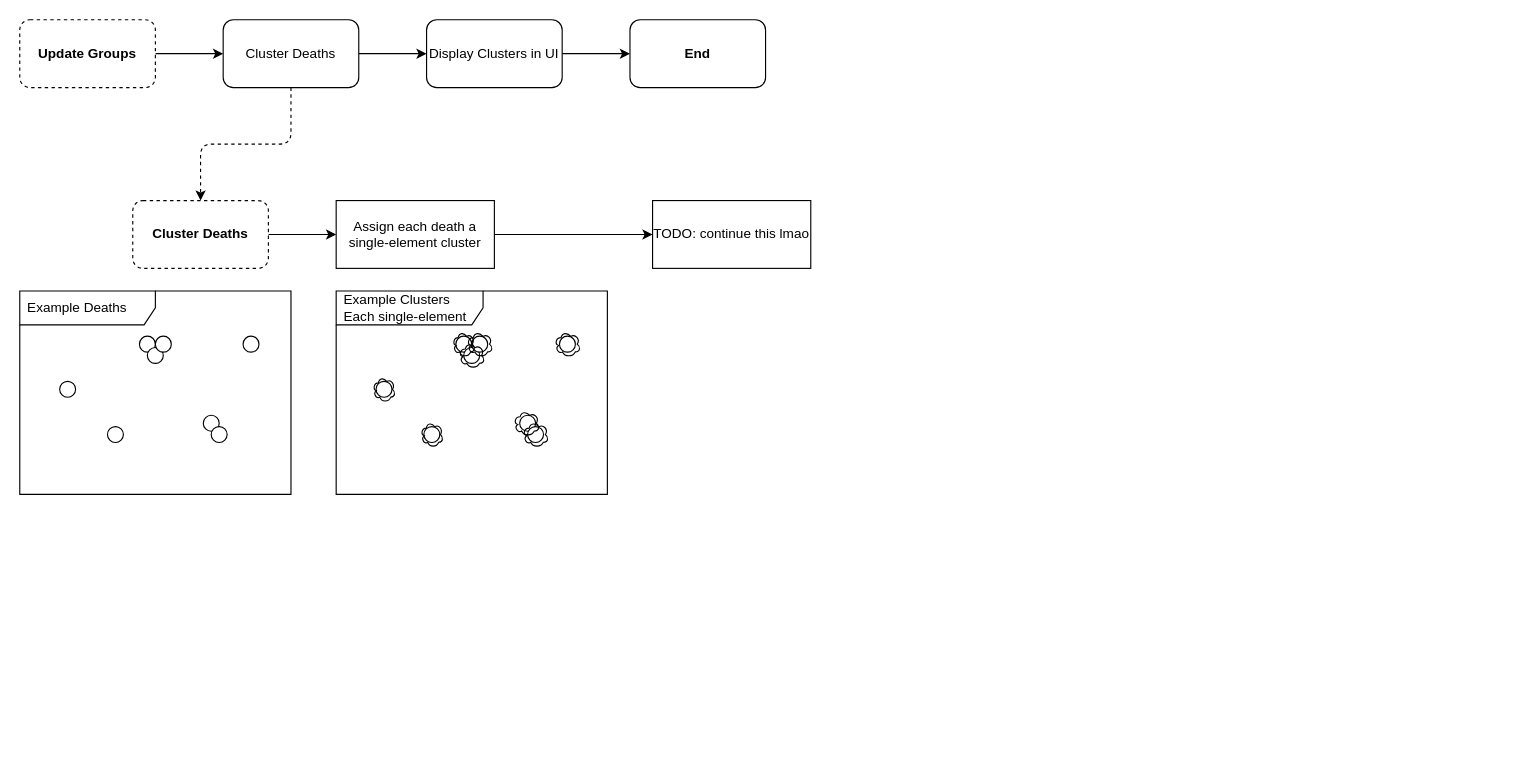
Before: page "Editor Groups" (4 of 4) of docs/doc.dio in MaSp005/deathmarkers, a draw.io diagram. Source tidied: cells renumbered, new cells numbered last; positions are measured from the earlier drawing's top-left corner, leaving out a move shared by most shapes. Both pictures are drawn from the tidied source at 113%, with x=0, y=0 at pixel (19, 19).
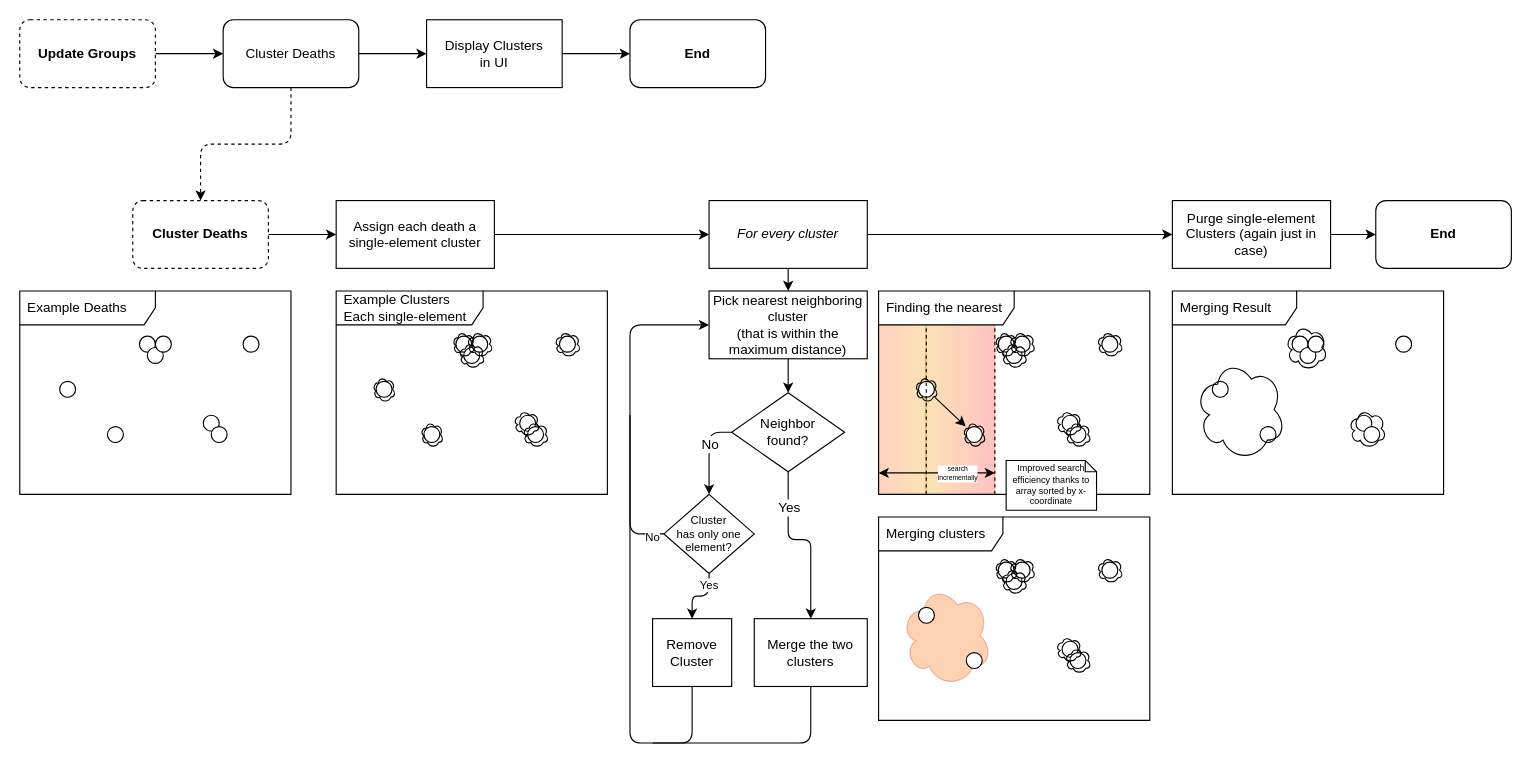
The same page after the edit.

Diff of the diagram source:
```diff
@@
-    <mxCell id="8" value="Display Clusters in UI" style="rounded=1;whiteSpace=wrap;html=1;glass=0;shadow=0;" parent="1" vertex="1">
+    <mxCell id="8" value="Display Clusters in UI" style="rounded=0;whiteSpace=wrap;html=1;glass=0;shadow=0;spacing=13;" parent="1" vertex="1">
       <mxGeometry x="360" width="120" height="60" as="geometry" />
     </mxCell>
@@
+    <mxCell id="43" style="jumpSize=6;html=1;strokeWidth=1;" parent="1" edge="1" source="42" target="48">
+      <mxGeometry relative="1" as="geometry" />
+    </mxCell>
-    <mxCell id="42" value="TODO: continue this lmao" style="rounded=0;whiteSpace=wrap;html=1;shadow=0;glass=0;sketch=0;fontSize=12;" parent="1" vertex="1">
-      <mxGeometry x="560" y="160" width="140" height="60" as="geometry" />
+    <mxCell id="42" value="For every cluster" style="rounded=0;whiteSpace=wrap;html=1;shadow=0;glass=0;sketch=0;fontSize=12;fontStyle=2;" parent="1" vertex="1">
+      <mxGeometry x="610" y="160" width="140" height="60" as="geometry" />
     </mxCell>
+    <mxCell id="44" style="edgeStyle=elbowEdgeStyle;elbow=vertical;html=1;fontSize=12;" parent="1" edge="1" source="42" target="46">
+      <mxGeometry relative="1" as="geometry" />
+    </mxCell>
+    <mxCell id="45" style="edgeStyle=elbowEdgeStyle;jumpSize=6;elbow=vertical;html=1;strokeWidth=1;fontSize=8;endArrow=classic;endFill=1;" parent="1" edge="1" source="46" target="119">
+      <mxGeometry relative="1" as="geometry" />
+    </mxCell>
+    <mxCell id="46" value="Purge single-element Clusters (again just in case)" style="rounded=0;whiteSpace=wrap;html=1;shadow=0;glass=0;sketch=0;fontSize=12;" parent="1" vertex="1">
+      <mxGeometry x="1020" y="160" width="140" height="60" as="geometry" />
+    </mxCell>
+    <mxCell id="47" style="edgeStyle=none;jumpSize=6;html=1;strokeWidth=1;" parent="1" edge="1" source="48" target="112">
+      <mxGeometry relative="1" as="geometry" />
+    </mxCell>
+    <mxCell id="48" value="Pick nearest neighboring cluster&lt;br&gt;(that is within the maximum distance)" style="rounded=0;whiteSpace=wrap;html=1;shadow=0;glass=0;sketch=0;fontSize=12;" parent="1" vertex="1">
+      <mxGeometry x="610" y="240" width="140" height="60" as="geometry" />
+    </mxCell>
+    <mxCell id="49" style="edgeStyle=none;jumpSize=6;html=1;entryX=0;entryY=0.5;entryDx=0;entryDy=0;strokeWidth=1;fontSize=10;" parent="1" edge="1" source="50" target="48">
+      <mxGeometry relative="1" as="geometry">
+        <Array as="points">
+          <mxPoint x="700" y="640" />
+          <mxPoint x="540" y="640" />
+          <mxPoint x="540" y="270" />
+        </Array>
+      </mxGeometry>
+    </mxCell>
+    <mxCell id="50" value="Merge the two clusters" style="rounded=0;whiteSpace=wrap;html=1;shadow=0;glass=0;sketch=0;fontSize=12;" parent="1" vertex="1">
+      <mxGeometry x="650" y="530" width="100" height="60" as="geometry" />
+    </mxCell>
+    <mxCell id="51" style="group;" parent="1" vertex="1">
+      <mxGeometry x="760" y="240" width="240" height="194" as="geometry" />
+    </mxCell>
+    <mxCell id="52" style="rounded=0;whiteSpace=wrap;html=1;fillColor=#f0a30a;fontColor=#000000;strokeColor=#BD7000;opacity=30;gradientColor=#FF6933;gradientDirection=west;" parent="51" vertex="1">
+      <mxGeometry y="30" width="42" height="150" as="geometry" />
+    </mxCell>
+    <mxCell id="53" style="rounded=0;whiteSpace=wrap;html=1;fillColor=#f0a30a;fontColor=#000000;strokeColor=#BD7000;opacity=30;gradientColor=#FF3333;gradientDirection=east;" parent="51" vertex="1">
+      <mxGeometry x="42" y="30" width="61" height="150" as="geometry" />
+    </mxCell>
+    <mxCell id="54" style="ellipse;whiteSpace=wrap;html=1;rounded=1;shadow=0;glass=0;sketch=0;fontSize=12;" parent="51" vertex="1">
+      <mxGeometry x="35.3" y="80" width="14.1" height="14.1" as="geometry" />
+    </mxCell>
+    <mxCell id="55" style="ellipse;whiteSpace=wrap;html=1;rounded=1;shadow=0;glass=0;sketch=0;fontSize=12;" parent="51" vertex="1">
+      <mxGeometry x="77.6" y="120" width="14.1" height="14.1" as="geometry" />
+    </mxCell>
+    <mxCell id="56" style="ellipse;whiteSpace=wrap;html=1;rounded=1;shadow=0;glass=0;sketch=0;fontSize=12;" parent="51" vertex="1">
+      <mxGeometry x="105.9" y="40" width="14.1" height="14.1" as="geometry" />
+    </mxCell>
+    <mxCell id="57" style="ellipse;whiteSpace=wrap;html=1;rounded=1;shadow=0;glass=0;sketch=0;fontSize=12;" parent="51" vertex="1">
+      <mxGeometry x="112.9" y="50" width="14.1" height="14.1" as="geometry" />
+    </mxCell>
+    <mxCell id="58" style="ellipse;whiteSpace=wrap;html=1;rounded=1;shadow=0;glass=0;sketch=0;fontSize=12;" parent="51" vertex="1">
+      <mxGeometry x="120" y="40" width="14.1" height="14.1" as="geometry" />
+    </mxCell>
+    <mxCell id="59" style="ellipse;whiteSpace=wrap;html=1;rounded=1;shadow=0;glass=0;sketch=0;fontSize=12;" parent="51" vertex="1">
+      <mxGeometry x="162.4" y="110" width="14.1" height="14.1" as="geometry" />
+    </mxCell>
+    <mxCell id="60" style="ellipse;whiteSpace=wrap;html=1;rounded=1;shadow=0;glass=0;sketch=0;fontSize=12;" parent="51" vertex="1">
+      <mxGeometry x="169.4" y="120" width="14.1" height="14.1" as="geometry" />
+    </mxCell>
+    <mxCell id="61" style="ellipse;whiteSpace=wrap;html=1;rounded=1;shadow=0;glass=0;sketch=0;fontSize=12;" parent="51" vertex="1">
+      <mxGeometry x="197.6" y="40" width="14.1" height="14.1" as="geometry" />
+    </mxCell>
+    <mxCell id="62" style="ellipse;shape=cloud;whiteSpace=wrap;html=1;rounded=1;shadow=0;glass=0;sketch=0;fontSize=12;fillColor=none;" parent="51" vertex="1">
+      <mxGeometry x="32.3" y="75.6" width="20.1" height="22.9" as="geometry" />
+    </mxCell>
+    <mxCell id="63" style="ellipse;shape=cloud;whiteSpace=wrap;html=1;rounded=1;shadow=0;glass=0;sketch=0;fontSize=12;fillColor=none;" parent="51" vertex="1">
+      <mxGeometry x="74.7" y="115.6" width="20.1" height="22.9" as="geometry" />
+    </mxCell>
+    <mxCell id="64" style="ellipse;shape=cloud;whiteSpace=wrap;html=1;rounded=1;shadow=0;glass=0;sketch=0;fontSize=12;fillColor=none;" parent="51" vertex="1">
+      <mxGeometry x="102.9" y="35.6" width="20.1" height="22.9" as="geometry" />
+    </mxCell>
+    <mxCell id="65" style="ellipse;shape=cloud;whiteSpace=wrap;html=1;rounded=1;shadow=0;glass=0;sketch=0;fontSize=12;fillColor=none;" parent="51" vertex="1">
+      <mxGeometry x="108.5" y="45.6" width="23" height="22.9" as="geometry" />
+    </mxCell>
+    <mxCell id="66" style="ellipse;shape=cloud;whiteSpace=wrap;html=1;rounded=1;shadow=0;glass=0;sketch=0;fontSize=12;fillColor=none;" parent="51" vertex="1">
+      <mxGeometry x="115.6" y="35.6" width="23" height="22.9" as="geometry" />
+    </mxCell>
+    <mxCell id="67" style="ellipse;shape=cloud;whiteSpace=wrap;html=1;rounded=1;shadow=0;glass=0;sketch=0;fontSize=12;fillColor=none;" parent="51" vertex="1">
+      <mxGeometry x="157" y="105.6" width="23" height="22.9" as="geometry" />
+    </mxCell>
+    <mxCell id="68" style="ellipse;shape=cloud;whiteSpace=wrap;html=1;rounded=1;shadow=0;glass=0;sketch=0;fontSize=12;fillColor=none;" parent="51" vertex="1">
+      <mxGeometry x="165" y="115.6" width="23" height="22.9" as="geometry" />
+    </mxCell>
+    <mxCell id="69" style="ellipse;shape=cloud;whiteSpace=wrap;html=1;rounded=1;shadow=0;glass=0;sketch=0;fontSize=12;fillColor=none;" parent="51" vertex="1">
+      <mxGeometry x="193.2" y="35.6" width="23" height="22.9" as="geometry" />
+    </mxCell>
+    <mxCell id="70" style="endArrow=classic;html=1;strokeWidth=1;jumpSize=6;" parent="51" edge="1" source="62" target="63">
+      <mxGeometry relative="1" as="geometry" />
+    </mxCell>
+    <mxCell id="71" style="endArrow=none;dashed=1;html=1;strokeWidth=1;jumpSize=6;" parent="51" edge="1">
+      <mxGeometry relative="1" as="geometry">
+        <mxPoint x="42.2" y="180" as="sourcePoint" />
+        <mxPoint x="42.2" y="30" as="targetPoint" />
+      </mxGeometry>
+    </mxCell>
+    <mxCell id="72" style="endArrow=none;dashed=1;html=1;strokeWidth=1;jumpSize=6;" parent="51" edge="1">
+      <mxGeometry relative="1" as="geometry">
+        <mxPoint x="102.9" y="180" as="sourcePoint" />
+        <mxPoint x="102.9" y="30" as="targetPoint" />
+      </mxGeometry>
+    </mxCell>
+    <mxCell id="73" style="endArrow=classic;html=1;strokeWidth=1;jumpSize=6;" parent="51" edge="1">
+      <mxGeometry relative="1" as="geometry">
+        <mxPoint x="43" y="161" as="sourcePoint" />
+        <mxPoint x="103" y="161" as="targetPoint" />
+      </mxGeometry>
+    </mxCell>
+    <mxCell id="74" value="search&lt;br style=&quot;font-size: 6px;&quot;&gt;incrementally" style="edgeLabel;html=1;align=center;verticalAlign=middle;fontSize=6;" parent="73" vertex="1">
+      <mxGeometry x="-0.15" relative="1" as="geometry" />
+    </mxCell>
+    <mxCell id="75" style="endArrow=classic;html=1;strokeWidth=1;jumpSize=6;" parent="51" edge="1">
+      <mxGeometry relative="1" as="geometry">
+        <mxPoint x="43" y="161" as="sourcePoint" />
+        <mxPoint y="161" as="targetPoint" />
+      </mxGeometry>
+    </mxCell>
+    <mxCell id="76" value="Finding the nearest" style="shape=umlFrame;whiteSpace=wrap;html=1;width=120;height=30;boundedLbl=1;verticalAlign=middle;align=left;spacingLeft=5;rounded=1;shadow=0;glass=0;sketch=0;fontSize=12;" parent="51" vertex="1">
+      <mxGeometry width="240" height="180" as="geometry" />
+    </mxCell>
+    <mxCell id="77" value="Improved search efficiency thanks to array sorted by x-coordinate" style="shape=note;whiteSpace=wrap;html=1;backgroundOutline=1;darkOpacity=0.05;fontSize=8;fillColor=default;gradientColor=none;gradientDirection=west;size=10;" parent="51" vertex="1">
+      <mxGeometry x="112.9" y="150" width="80" height="44" as="geometry" />
+    </mxCell>
+    <mxCell id="78" style="group;" parent="1" vertex="1">
+      <mxGeometry x="760" y="440" width="240" height="180" as="geometry" />
+    </mxCell>
+    <mxCell id="79" style="ellipse;shape=cloud;whiteSpace=wrap;html=1;rounded=1;shadow=0;glass=0;sketch=0;fontSize=12;fillColor=#fa6800;fontColor=#000000;strokeColor=#C73500;opacity=30;" parent="78" vertex="1">
+      <mxGeometry x="20" y="60" width="80" height="90" as="geometry" />
+    </mxCell>
+    <mxCell id="80" value="Merging clusters" style="shape=umlFrame;whiteSpace=wrap;html=1;width=110;height=30;boundedLbl=1;verticalAlign=middle;align=left;spacingLeft=5;rounded=1;shadow=0;glass=0;sketch=0;fontSize=12;" parent="78" vertex="1">
+      <mxGeometry width="240" height="180" as="geometry" />
+    </mxCell>
+    <mxCell id="81" style="ellipse;whiteSpace=wrap;html=1;rounded=1;shadow=0;glass=0;sketch=0;fontSize=12;" parent="78" vertex="1">
+      <mxGeometry x="35.3" y="80" width="14.1" height="14.1" as="geometry" />
+    </mxCell>
+    <mxCell id="82" style="ellipse;whiteSpace=wrap;html=1;rounded=1;shadow=0;glass=0;sketch=0;fontSize=12;" parent="78" vertex="1">
+      <mxGeometry x="77.6" y="120" width="14.1" height="14.1" as="geometry" />
+    </mxCell>
+    <mxCell id="83" style="ellipse;whiteSpace=wrap;html=1;rounded=1;shadow=0;glass=0;sketch=0;fontSize=12;" parent="78" vertex="1">
+      <mxGeometry x="105.9" y="40" width="14.1" height="14.1" as="geometry" />
+    </mxCell>
+    <mxCell id="84" style="ellipse;whiteSpace=wrap;html=1;rounded=1;shadow=0;glass=0;sketch=0;fontSize=12;" parent="78" vertex="1">
+      <mxGeometry x="112.9" y="50" width="14.1" height="14.1" as="geometry" />
+    </mxCell>
+    <mxCell id="85" style="ellipse;whiteSpace=wrap;html=1;rounded=1;shadow=0;glass=0;sketch=0;fontSize=12;" parent="78" vertex="1">
+      <mxGeometry x="120" y="40" width="14.1" height="14.1" as="geometry" />
+    </mxCell>
+    <mxCell id="86" style="ellipse;whiteSpace=wrap;html=1;rounded=1;shadow=0;glass=0;sketch=0;fontSize=12;" parent="78" vertex="1">
+      <mxGeometry x="162.4" y="110" width="14.1" height="14.1" as="geometry" />
+    </mxCell>
+    <mxCell id="87" style="ellipse;whiteSpace=wrap;html=1;rounded=1;shadow=0;glass=0;sketch=0;fontSize=12;" parent="78" vertex="1">
+      <mxGeometry x="169.4" y="120" width="14.1" height="14.1" as="geometry" />
+    </mxCell>
+    <mxCell id="88" style="ellipse;whiteSpace=wrap;html=1;rounded=1;shadow=0;glass=0;sketch=0;fontSize=12;" parent="78" vertex="1">
+      <mxGeometry x="197.6" y="40" width="14.1" height="14.1" as="geometry" />
+    </mxCell>
+    <mxCell id="89" style="ellipse;shape=cloud;whiteSpace=wrap;html=1;rounded=1;shadow=0;glass=0;sketch=0;fontSize=12;fillColor=none;" parent="78" vertex="1">
+      <mxGeometry x="102.9" y="35.6" width="20.1" height="22.9" as="geometry" />
+    </mxCell>
+    <mxCell id="90" style="ellipse;shape=cloud;whiteSpace=wrap;html=1;rounded=1;shadow=0;glass=0;sketch=0;fontSize=12;fillColor=none;" parent="78" vertex="1">
+      <mxGeometry x="108.5" y="45.6" width="23" height="22.9" as="geometry" />
+    </mxCell>
+    <mxCell id="91" style="ellipse;shape=cloud;whiteSpace=wrap;html=1;rounded=1;shadow=0;glass=0;sketch=0;fontSize=12;fillColor=none;" parent="78" vertex="1">
+      <mxGeometry x="115.6" y="35.6" width="23" height="22.9" as="geometry" />
+    </mxCell>
+    <mxCell id="92" style="ellipse;shape=cloud;whiteSpace=wrap;html=1;rounded=1;shadow=0;glass=0;sketch=0;fontSize=12;fillColor=none;" parent="78" vertex="1">
+      <mxGeometry x="157" y="105.6" width="23" height="22.9" as="geometry" />
+    </mxCell>
+    <mxCell id="93" style="ellipse;shape=cloud;whiteSpace=wrap;html=1;rounded=1;shadow=0;glass=0;sketch=0;fontSize=12;fillColor=none;" parent="78" vertex="1">
+      <mxGeometry x="165" y="115.6" width="23" height="22.9" as="geometry" />
+    </mxCell>
+    <mxCell id="94" style="ellipse;shape=cloud;whiteSpace=wrap;html=1;rounded=1;shadow=0;glass=0;sketch=0;fontSize=12;fillColor=none;" parent="78" vertex="1">
+      <mxGeometry x="193.2" y="35.6" width="23" height="22.9" as="geometry" />
+    </mxCell>
+    <mxCell id="95" style="group;" parent="1" vertex="1">
+      <mxGeometry x="1020" y="240" width="240" height="180" as="geometry" />
+    </mxCell>
+    <mxCell id="96" value="Merging Result" style="shape=umlFrame;whiteSpace=wrap;html=1;width=110;height=30;boundedLbl=1;verticalAlign=middle;align=left;spacingLeft=5;rounded=1;shadow=0;glass=0;sketch=0;fontSize=12;" parent="95" vertex="1">
+      <mxGeometry width="240" height="180" as="geometry" />
+    </mxCell>
+    <mxCell id="97" style="ellipse;whiteSpace=wrap;html=1;rounded=1;shadow=0;glass=0;sketch=0;fontSize=12;" parent="95" vertex="1">
+      <mxGeometry x="35.3" y="80" width="14.1" height="14.1" as="geometry" />
+    </mxCell>
+    <mxCell id="98" style="ellipse;whiteSpace=wrap;html=1;rounded=1;shadow=0;glass=0;sketch=0;fontSize=12;" parent="95" vertex="1">
+      <mxGeometry x="77.6" y="120" width="14.1" height="14.1" as="geometry" />
+    </mxCell>
+    <mxCell id="99" style="ellipse;whiteSpace=wrap;html=1;rounded=1;shadow=0;glass=0;sketch=0;fontSize=12;" parent="95" vertex="1">
+      <mxGeometry x="105.9" y="40" width="14.1" height="14.1" as="geometry" />
+    </mxCell>
+    <mxCell id="100" style="ellipse;whiteSpace=wrap;html=1;rounded=1;shadow=0;glass=0;sketch=0;fontSize=12;" parent="95" vertex="1">
+      <mxGeometry x="112.9" y="50" width="14.1" height="14.1" as="geometry" />
+    </mxCell>
+    <mxCell id="101" style="ellipse;whiteSpace=wrap;html=1;rounded=1;shadow=0;glass=0;sketch=0;fontSize=12;" parent="95" vertex="1">
+      <mxGeometry x="120" y="40" width="14.1" height="14.1" as="geometry" />
+    </mxCell>
+    <mxCell id="102" style="ellipse;whiteSpace=wrap;html=1;rounded=1;shadow=0;glass=0;sketch=0;fontSize=12;" parent="95" vertex="1">
+      <mxGeometry x="162.4" y="110" width="14.1" height="14.1" as="geometry" />
+    </mxCell>
+    <mxCell id="103" style="ellipse;whiteSpace=wrap;html=1;rounded=1;shadow=0;glass=0;sketch=0;fontSize=12;" parent="95" vertex="1">
+      <mxGeometry x="169.4" y="120" width="14.1" height="14.1" as="geometry" />
+    </mxCell>
+    <mxCell id="104" style="ellipse;whiteSpace=wrap;html=1;rounded=1;shadow=0;glass=0;sketch=0;fontSize=12;" parent="95" vertex="1">
+      <mxGeometry x="197.6" y="40" width="14.1" height="14.1" as="geometry" />
+    </mxCell>
+    <mxCell id="105" style="ellipse;shape=cloud;whiteSpace=wrap;html=1;rounded=1;shadow=0;glass=0;sketch=0;fontSize=12;fillColor=none;" parent="95" vertex="1">
+      <mxGeometry x="20" y="60" width="80" height="90" as="geometry" />
+    </mxCell>
+    <mxCell id="106" style="ellipse;shape=cloud;whiteSpace=wrap;html=1;rounded=1;shadow=0;glass=0;sketch=0;fontSize=12;fillColor=none;" parent="95" vertex="1">
+      <mxGeometry x="100" y="30" width="37" height="40" as="geometry" />
+    </mxCell>
+    <mxCell id="107" style="ellipse;shape=cloud;whiteSpace=wrap;html=1;rounded=1;shadow=0;glass=0;sketch=0;fontSize=12;fillColor=none;" parent="95" vertex="1">
+      <mxGeometry x="156" y="104.6" width="33" height="34.4" as="geometry" />
+    </mxCell>
+    <mxCell id="108" style="edgeStyle=elbowEdgeStyle;jumpSize=6;html=1;strokeWidth=1;fontSize=6;entryX=0.5;entryY=0;entryDx=0;entryDy=0;arcSize=13;elbow=vertical;exitX=0.5;exitY=1;exitDx=0;exitDy=0;" parent="1" edge="1" source="112" target="50">
+      <mxGeometry relative="1" as="geometry">
+        <Array as="points">
+          <mxPoint x="690" y="460" />
+        </Array>
+      </mxGeometry>
+    </mxCell>
+    <mxCell id="109" value="Yes" style="edgeLabel;html=1;align=center;verticalAlign=middle;fontSize=12;" parent="108" vertex="1">
+      <mxGeometry x="-0.32" y="-2" relative="1" as="geometry">
+        <mxPoint x="2" y="-20" as="offset" />
+      </mxGeometry>
+    </mxCell>
+    <mxCell id="110" style="edgeStyle=none;jumpSize=6;html=1;strokeWidth=1;fontSize=12;" parent="1" edge="1" source="112" target="116">
+      <mxGeometry relative="1" as="geometry">
+        <Array as="points">
+          <mxPoint x="610" y="365" />
+        </Array>
+      </mxGeometry>
+    </mxCell>
+    <mxCell id="111" value="No" style="edgeLabel;html=1;align=center;verticalAlign=middle;fontSize=12;" parent="110" vertex="1">
+      <mxGeometry x="0.24" y="-2" relative="1" as="geometry">
+        <mxPoint x="2" y="-17" as="offset" />
+      </mxGeometry>
+    </mxCell>
+    <mxCell id="112" value="Neighbor&lt;br&gt;found?" style="rhombus;whiteSpace=wrap;html=1;fontSize=12;gradientColor=none;gradientDirection=west;fillColor=default;" parent="1" vertex="1">
+      <mxGeometry x="630" y="330" width="100" height="70" as="geometry" />
+    </mxCell>
+    <mxCell id="113" value="Yes" style="edgeStyle=elbowEdgeStyle;jumpSize=6;html=1;strokeWidth=1;fontSize=10;elbow=vertical;" parent="1" edge="1" source="116" target="118">
+      <mxGeometry x="-0.64" relative="1" as="geometry" />
+    </mxCell>
+    <mxCell id="114" style="edgeStyle=none;jumpSize=6;html=1;strokeWidth=1;fontSize=10;endArrow=none;endFill=0;exitX=0;exitY=0.5;exitDx=0;exitDy=0;" parent="1" edge="1" source="116">
+      <mxGeometry relative="1" as="geometry">
+        <mxPoint x="540" y="350" as="targetPoint" />
+        <Array as="points">
+          <mxPoint x="540" y="455" />
+        </Array>
+      </mxGeometry>
+    </mxCell>
+    <mxCell id="115" value="No" style="edgeLabel;html=1;align=center;verticalAlign=middle;fontSize=10;" parent="114" vertex="1">
+      <mxGeometry x="-0.83" y="2" relative="1" as="geometry" />
+    </mxCell>
+    <mxCell id="116" value="Cluster&lt;br style=&quot;font-size: 10px;&quot;&gt;has only one element?" style="rhombus;whiteSpace=wrap;html=1;fontSize=10;gradientColor=none;gradientDirection=west;fillColor=default;" parent="1" vertex="1">
+      <mxGeometry x="570" y="420" width="80" height="70" as="geometry" />
+    </mxCell>
+    <mxCell id="117" style="edgeStyle=none;jumpSize=6;html=1;strokeWidth=1;fontSize=10;endArrow=none;endFill=0;" parent="1" edge="1" source="118">
+      <mxGeometry relative="1" as="geometry">
+        <mxPoint x="560" y="640" as="targetPoint" />
+        <Array as="points">
+          <mxPoint x="595" y="640" />
+        </Array>
+      </mxGeometry>
+    </mxCell>
+    <mxCell id="118" value="Remove Cluster" style="rounded=0;whiteSpace=wrap;html=1;shadow=0;glass=0;sketch=0;fontSize=12;" parent="1" vertex="1">
+      <mxGeometry x="560" y="530" width="70" height="60" as="geometry" />
+    </mxCell>
+    <mxCell id="119" value="End" style="rounded=1;whiteSpace=wrap;html=1;glass=0;shadow=0;fontStyle=1;" parent="1" vertex="1">
+      <mxGeometry x="1200" y="160" width="120" height="60" as="geometry" />
+    </mxCell>
```
